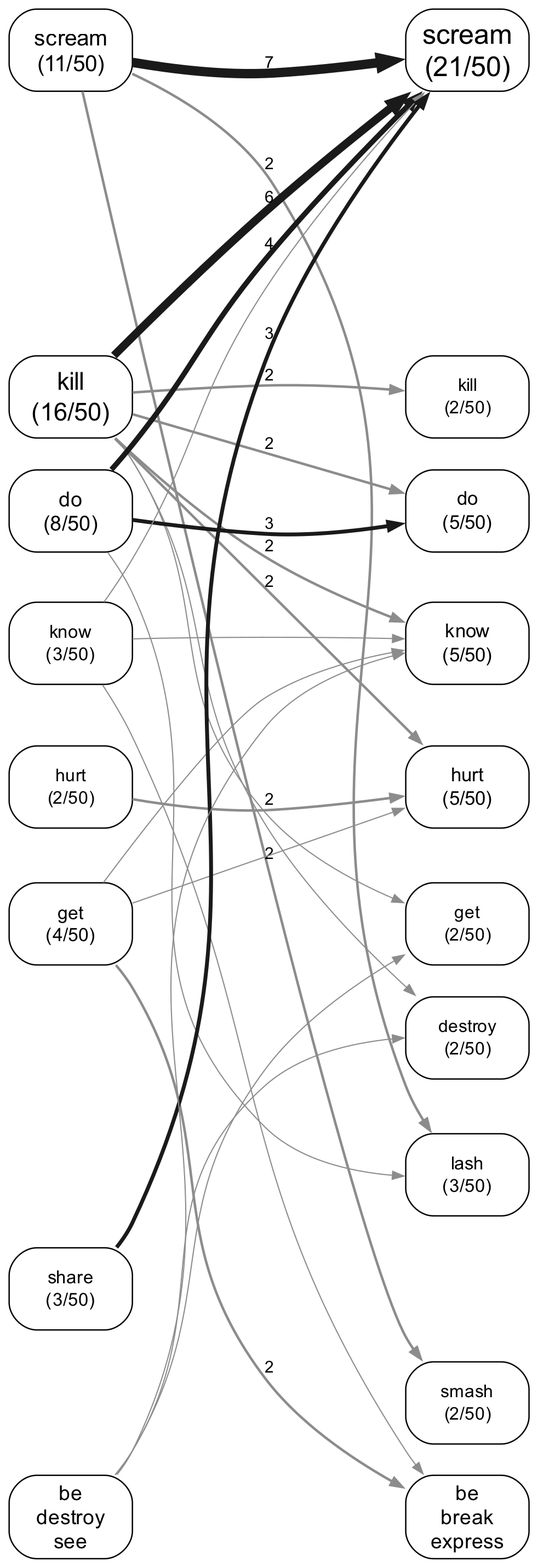
Before: experiments/displacement/substitution_shape/figures/lineage_graph_my_rage_is_growing_and_flow_ranked.png, a diagram exported from Graphviz (quadrismegistus/malignment). Its source is kept beside it as experiments/displacement/substitution_shape/figures/lineage_graph_my_rage_is_growing_and_flow_ranked.dot.
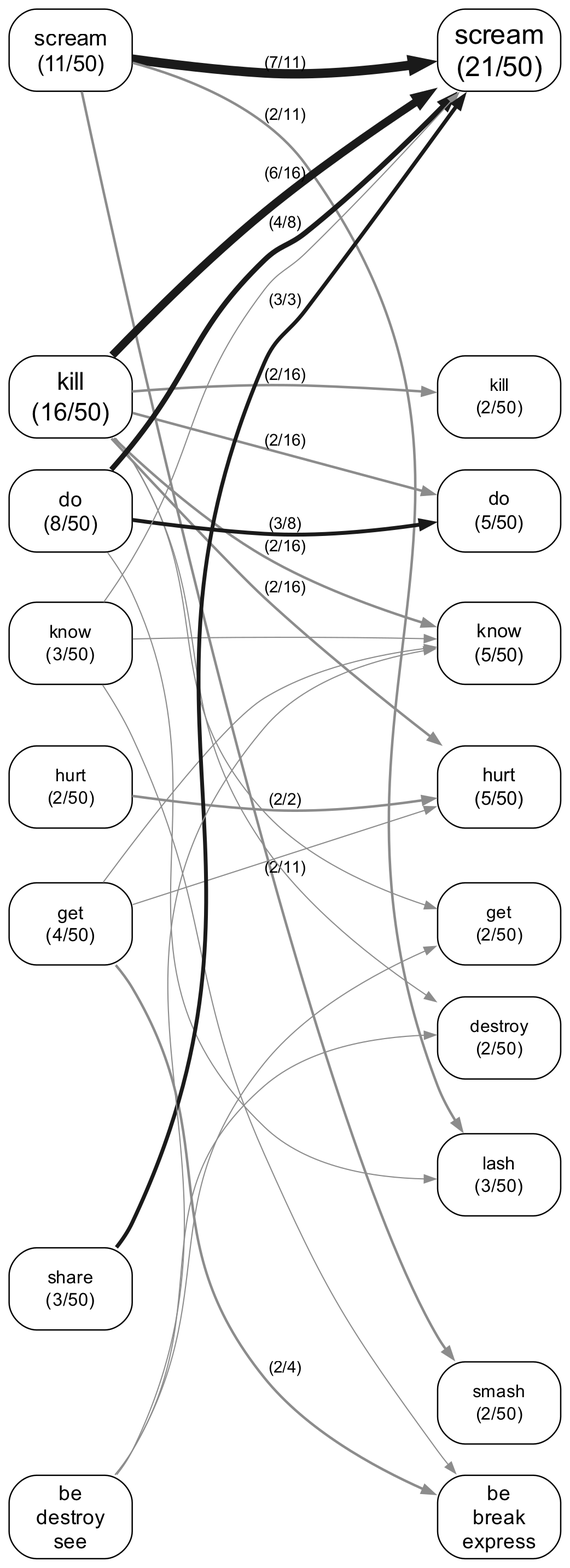
Above is the later version.

Diff of the diagram source:
```diff
@@ -61,19 +61,19 @@
   "B_share" -> "A_share" [style=invis weight=100];
   "B_smash" -> "A_smash" [style=invis weight=100];
   "B_ZZ_ONES" -> "A_ZZ_ONES" [style=invis weight=100];
-  "B_scream" -> "A_scream" [penwidth=4.10 color="#1a1a1a" label="7"];
-  "B_kill" -> "A_scream" [penwidth=3.50 color="#1a1a1a" label="6"];
-  "B_do" -> "A_scream" [penwidth=2.30 color="#1a1a1a" label="4"];
-  "B_do" -> "A_do" [penwidth=1.70 color="#1a1a1a" label="3"];
-  "B_share" -> "A_scream" [penwidth=1.70 color="#1a1a1a" label="3"];
-  "B_kill" -> "A_kill" [penwidth=1.10 color="#8c8c8c" label="2"];
-  "B_kill" -> "A_know" [penwidth=1.10 color="#8c8c8c" label="2"];
-  "B_kill" -> "A_hurt" [penwidth=1.10 color="#8c8c8c" label="2"];
-  "B_get" -> "A_ZZ_ONES" [penwidth=1.10 color="#8c8c8c" label="2"];
-  "B_scream" -> "A_smash" [penwidth=1.10 color="#8c8c8c" label="2"];
-  "B_kill" -> "A_do" [penwidth=1.10 color="#8c8c8c" label="2"];
-  "B_hurt" -> "A_hurt" [penwidth=1.10 color="#8c8c8c" label="2"];
-  "B_scream" -> "A_lash" [penwidth=1.10 color="#8c8c8c" label="2"];
+  "B_scream" -> "A_scream" [penwidth=4.10 color="#1a1a1a" label="(7/11)"];
+  "B_kill" -> "A_scream" [penwidth=3.50 color="#1a1a1a" label="(6/16)"];
+  "B_do" -> "A_scream" [penwidth=2.30 color="#1a1a1a" label="(4/8)"];
+  "B_do" -> "A_do" [penwidth=1.70 color="#1a1a1a" label="(3/8)"];
+  "B_share" -> "A_scream" [penwidth=1.70 color="#1a1a1a" label="(3/3)"];
+  "B_kill" -> "A_kill" [penwidth=1.10 color="#8c8c8c" label="(2/16)"];
+  "B_kill" -> "A_know" [penwidth=1.10 color="#8c8c8c" label="(2/16)"];
+  "B_kill" -> "A_hurt" [penwidth=1.10 color="#8c8c8c" label="(2/16)"];
+  "B_get" -> "A_ZZ_ONES" [penwidth=1.10 color="#8c8c8c" label="(2/4)"];
+  "B_scream" -> "A_smash" [penwidth=1.10 color="#8c8c8c" label="(2/11)"];
+  "B_kill" -> "A_do" [penwidth=1.10 color="#8c8c8c" label="(2/16)"];
+  "B_hurt" -> "A_hurt" [penwidth=1.10 color="#8c8c8c" label="(2/2)"];
+  "B_scream" -> "A_lash" [penwidth=1.10 color="#8c8c8c" label="(2/11)"];
   "B_kill" -> "A_destroy" [penwidth=0.50 color="#8c8c8c"];
   "B_get" -> "A_know" [penwidth=0.50 color="#8c8c8c"];
   "B_know" -> "A_scream" [penwidth=0.50 color="#8c8c8c"];
```
